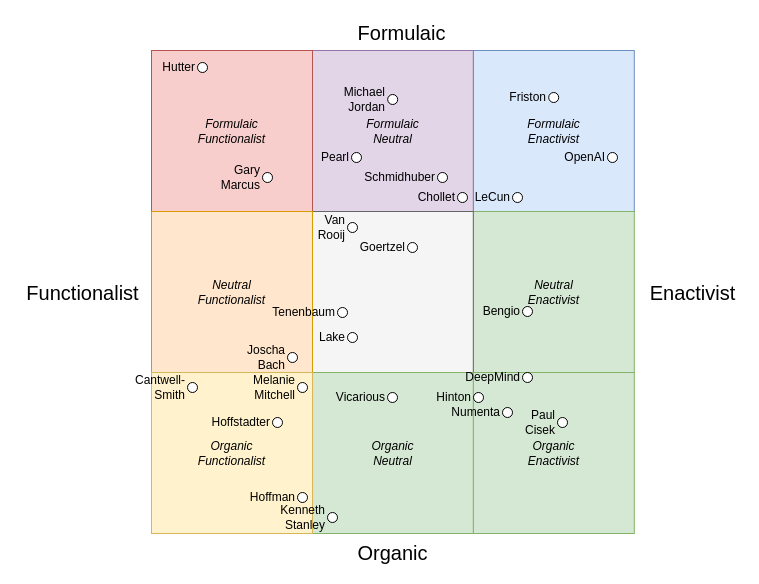
Before: agenda_lawful.drawio in codeaudit/1, a draw.io diagram. Source tidied: cells renumbered, new cells numbered last; positions are measured from the earlier drawing's top-left corner, leaving out a move shared by most shapes. Both pictures are drawn from the tidied source at 100%, with x=0, y=0 at pixel (17, 17).
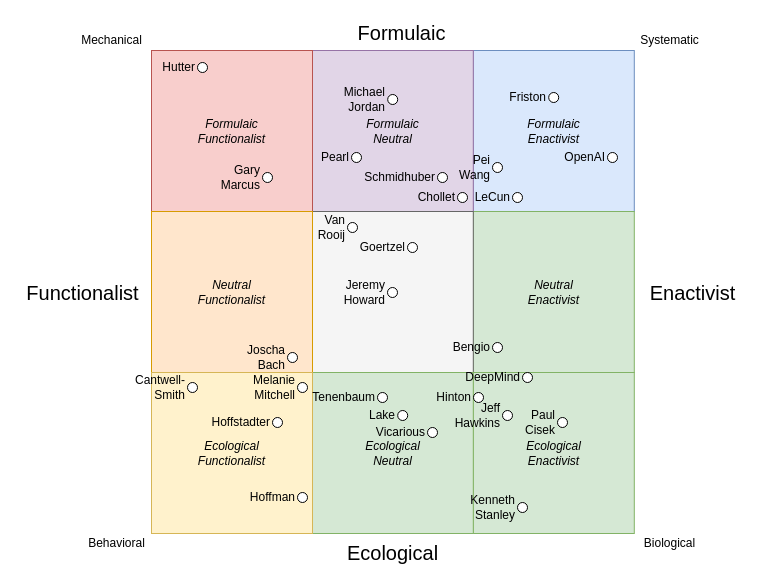
The same diagram, later.

Diff of the diagram source:
```diff
@@
-    <mxCell id="8" value="Organic&lt;br&gt;Enactivist" style="whiteSpace=wrap;html=1;fillColor=#d5e8d4;strokeColor=#82b366;fontStyle=2;" parent="1" vertex="1">
+    <mxCell id="8" value="Ecological&lt;br&gt;Enactivist" style="whiteSpace=wrap;html=1;fillColor=#d5e8d4;strokeColor=#82b366;fontStyle=2;" parent="1" vertex="1">
       <mxGeometry x="455.8" y="355" width="161" height="161" as="geometry" />
     </mxCell>
-    <mxCell id="9" value="Organic&lt;br&gt;Neutral&lt;br&gt;" style="whiteSpace=wrap;html=1;fillColor=#d5e8d4;strokeColor=#82b366;fontStyle=2;" parent="1" vertex="1">
+    <mxCell id="9" value="Ecological&lt;br&gt;Neutral" style="whiteSpace=wrap;html=1;fillColor=#d5e8d4;strokeColor=#82b366;fontStyle=2;" parent="1" vertex="1">
       <mxGeometry x="294.8" y="355" width="161" height="161" as="geometry" />
     </mxCell>
-    <mxCell id="10" value="Organic&lt;br&gt;Functionalist" style="whiteSpace=wrap;html=1;fillColor=#fff2cc;strokeColor=#d6b656;fontStyle=2;" parent="1" vertex="1">
+    <mxCell id="10" value="Ecological&lt;br&gt;Functionalist" style="whiteSpace=wrap;html=1;fillColor=#fff2cc;strokeColor=#d6b656;fontStyle=2;" parent="1" vertex="1">
       <mxGeometry x="134" y="355" width="161" height="161" as="geometry" />
     </mxCell>
-    <mxCell id="11" value="Organic" style="text;html=1;align=center;verticalAlign=middle;fontSize=20;" parent="1" vertex="1">
-      <mxGeometry x="330" y="520" width="90" height="30" as="geometry" />
+    <mxCell id="11" value="Ecological" style="text;html=1;align=center;verticalAlign=middle;fontSize=20;" parent="1" vertex="1">
+      <mxGeometry x="320" y="520" width="110" height="30" as="geometry" />
     </mxCell>
@@
-    <mxCell id="16" value="Numenta" style="ellipse;whiteSpace=wrap;html=1;fontSize=12;labelPosition=left;verticalLabelPosition=middle;align=right;verticalAlign=middle;" parent="1" vertex="1">
-      <mxGeometry x="485" y="390" width="10" height="10" as="geometry" />
+    <mxCell id="16" value="Jeff Hawkins" style="ellipse;whiteSpace=wrap;html=1;fontSize=12;labelPosition=left;verticalLabelPosition=middle;align=right;verticalAlign=middle;" parent="1" vertex="1">
+      <mxGeometry x="485" y="393" width="10" height="10" as="geometry" />
     </mxCell>
@@
     <mxCell id="20" value="Bengio" style="ellipse;whiteSpace=wrap;html=1;fontSize=12;labelPosition=left;verticalLabelPosition=middle;align=right;verticalAlign=middle;" parent="1" vertex="1">
-      <mxGeometry x="505" y="289" width="10" height="10" as="geometry" />
+      <mxGeometry x="475" y="325" width="10" height="10" as="geometry" />
     </mxCell>
@@
     <mxCell id="22" value="Kenneth&lt;br&gt;Stanley" style="ellipse;whiteSpace=wrap;html=1;fontSize=12;labelPosition=left;verticalLabelPosition=middle;align=right;verticalAlign=middle;" parent="1" vertex="1">
-      <mxGeometry x="310" y="495" width="10" height="10" as="geometry" />
+      <mxGeometry x="500" y="485" width="10" height="10" as="geometry" />
     </mxCell>
@@
     <mxCell id="31" value="Lake" style="ellipse;whiteSpace=wrap;html=1;fontSize=12;labelPosition=left;verticalLabelPosition=middle;align=right;verticalAlign=middle;" parent="1" vertex="1">
-      <mxGeometry x="330" y="315" width="10" height="10" as="geometry" />
+      <mxGeometry x="380.2" y="393" width="10" height="10" as="geometry" />
     </mxCell>
@@
     <mxCell id="33" value="Tenenbaum&lt;br&gt;" style="ellipse;whiteSpace=wrap;html=1;fontSize=12;labelPosition=left;verticalLabelPosition=middle;align=right;verticalAlign=middle;" parent="1" vertex="1">
-      <mxGeometry x="320" y="290" width="10" height="10" as="geometry" />
+      <mxGeometry x="360" y="375" width="10" height="10" as="geometry" />
     </mxCell>
@@
     <mxCell id="36" value="Vicarious" style="ellipse;whiteSpace=wrap;html=1;fontSize=12;labelPosition=left;verticalLabelPosition=middle;align=right;verticalAlign=middle;" parent="1" vertex="1">
-      <mxGeometry x="370" y="375" width="10" height="10" as="geometry" />
+      <mxGeometry x="410" y="410" width="10" height="10" as="geometry" />
     </mxCell>
@@
+    <mxCell id="40" value="Mechanical" style="text;html=1;align=center;verticalAlign=middle;" parent="1" vertex="1">
+      <mxGeometry x="54" y="13" width="80" height="20" as="geometry" />
+    </mxCell>
+    <mxCell id="41" value="Systematic" style="text;html=1;align=center;verticalAlign=middle;" parent="1" vertex="1">
+      <mxGeometry x="616.8" y="13" width="70" height="20" as="geometry" />
+    </mxCell>
+    <mxCell id="42" value="Biological" style="text;html=1;align=center;verticalAlign=middle;" parent="1" vertex="1">
+      <mxGeometry x="616.8" y="516" width="70" height="20" as="geometry" />
+    </mxCell>
+    <mxCell id="43" value="Behavioral" style="text;html=1;align=center;verticalAlign=middle;" parent="1" vertex="1">
+      <mxGeometry x="64" y="516" width="70" height="20" as="geometry" />
+    </mxCell>
+    <mxCell id="44" value="Pei Wang" style="ellipse;whiteSpace=wrap;html=1;fontSize=12;labelPosition=left;verticalLabelPosition=middle;align=right;verticalAlign=middle;" parent="1" vertex="1">
+      <mxGeometry x="475" y="145" width="10" height="10" as="geometry" />
+    </mxCell>
+    <mxCell id="45" value="Jeremy Howard" style="ellipse;whiteSpace=wrap;html=1;fontSize=12;labelPosition=left;verticalLabelPosition=middle;align=right;verticalAlign=middle;" parent="1" vertex="1">
+      <mxGeometry x="370" y="270" width="10" height="10" as="geometry" />
+    </mxCell>
+    <mxCell id="46" style="edgeStyle=orthogonalEdgeStyle;rounded=0;orthogonalLoop=1;jettySize=auto;html=1;exitX=0.5;exitY=1;exitDx=0;exitDy=0;" parent="1" edge="1" source="33" target="33">
+      <mxGeometry relative="1" as="geometry" />
+    </mxCell>
```
